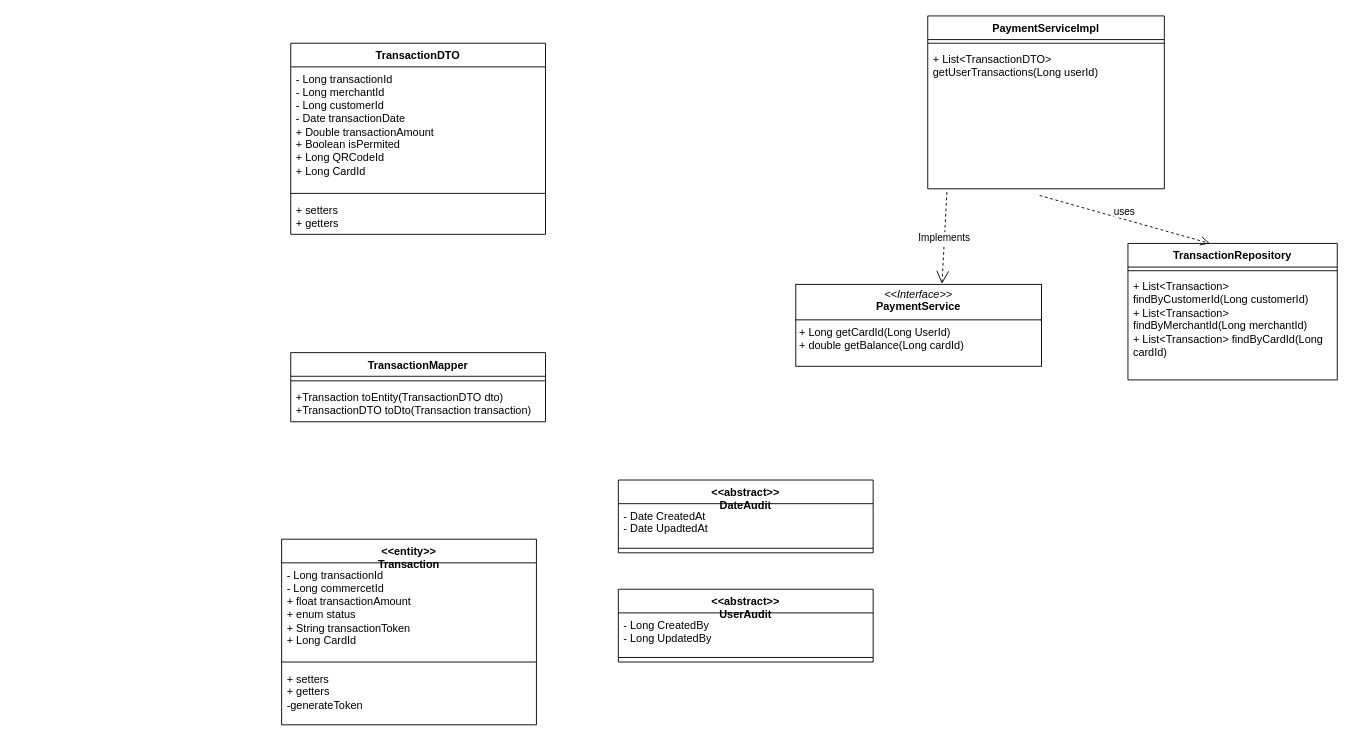
Before: Diagramme_de_classe_payment_service.drawio in msisitr/aventix-design, a draw.io diagram. Source tidied: cells renumbered, new cells numbered last; positions are measured from the earlier drawing's top-left corner, leaving out a move shared by most shapes. Both pictures are drawn from the tidied source at 91%, with x=0, y=0 at pixel (281, 15).
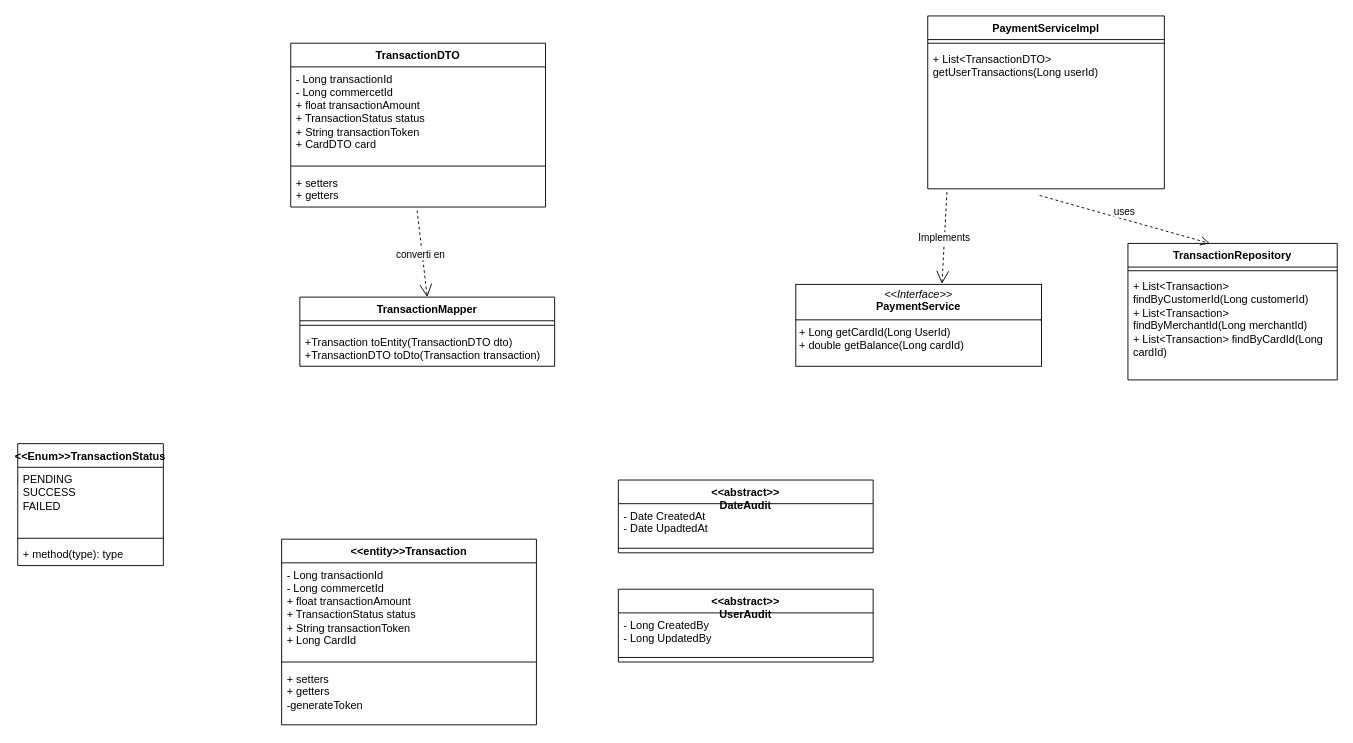
The same page after the edit.

Commit message:
ajoute fleches

What changed in the source:
```diff
@@
-    <mxCell id="11" value="&lt;div&gt;&amp;lt;&amp;lt;entity&amp;gt;&amp;gt;&lt;/div&gt;Transaction" style="swimlane;fontStyle=1;align=center;verticalAlign=top;horizontal=1;startSize=26;whiteSpace=wrap;html=1;" parent="1" vertex="1">
+    <mxCell id="11" value="&lt;div&gt;&amp;lt;&amp;lt;entity&amp;gt;&amp;gt;&lt;span style=&quot;background-color: transparent; color: light-dark(rgb(0, 0, 0), rgb(255, 255, 255));&quot;&gt;Transaction&lt;/span&gt;&lt;/div&gt;" style="swimlane;fontStyle=1;align=center;verticalAlign=top;horizontal=1;startSize=26;whiteSpace=wrap;html=1;" parent="1" vertex="1">
       <mxGeometry y="575" width="280" height="204" as="geometry" />
     </mxCell>
-    <mxCell id="12" value="- Long transactionId&lt;div&gt;- Long commercetId&lt;/div&gt;&lt;div&gt;+ float transactionAmount&amp;nbsp;&lt;/div&gt;&lt;div&gt;+ enum status&lt;/div&gt;&lt;div&gt;+ String transactionToken&lt;/div&gt;&lt;div&gt;+ Long CardId&lt;/div&gt;&lt;div&gt;&lt;br&gt;&lt;/div&gt;&lt;div&gt;&lt;br&gt;&lt;/div&gt;&lt;div&gt;&lt;br&gt;&lt;/div&gt;" style="text;strokeColor=none;fillColor=none;align=left;verticalAlign=top;spacingLeft=4;spacingRight=4;overflow=hidden;whiteSpace=wrap;html=1;" parent="11" vertex="1">
+    <mxCell id="12" value="- Long transactionId&lt;div&gt;- Long commercetId&lt;/div&gt;&lt;div&gt;+ float transactionAmount&amp;nbsp;&lt;/div&gt;&lt;div&gt;+ TransactionStatus status&lt;/div&gt;&lt;div&gt;+ String transactionToken&lt;/div&gt;&lt;div&gt;+ Long CardId&lt;/div&gt;&lt;div&gt;&lt;br&gt;&lt;/div&gt;&lt;div&gt;&lt;br&gt;&lt;/div&gt;&lt;div&gt;&lt;br&gt;&lt;/div&gt;" style="text;strokeColor=none;fillColor=none;align=left;verticalAlign=top;spacingLeft=4;spacingRight=4;overflow=hidden;whiteSpace=wrap;html=1;" parent="11" vertex="1">
       <mxGeometry y="26" width="280" height="104" as="geometry" />
     </mxCell>
@@
     <mxCell id="15" value="TransactionDTO" style="swimlane;fontStyle=1;align=center;verticalAlign=top;horizontal=1;startSize=26;whiteSpace=wrap;html=1;" parent="1" vertex="1">
-      <mxGeometry x="10" y="30" width="280" height="210" as="geometry" />
+      <mxGeometry x="10" y="30" width="280" height="180" as="geometry" />
     </mxCell>
-    <mxCell id="16" value="- Long transactionId&lt;div&gt;- Long merchantId&lt;/div&gt;&lt;div&gt;- Long customerId&lt;/div&gt;&lt;div&gt;- Date transactionDate&lt;/div&gt;&lt;div&gt;+ Double transactionAmount&amp;nbsp;&lt;/div&gt;&lt;div&gt;+ Boolean isPermited&amp;nbsp;&lt;/div&gt;&lt;div&gt;+ Long QRCodeId&lt;/div&gt;&lt;div&gt;+ Long CardId&lt;/div&gt;&lt;div&gt;&lt;br&gt;&lt;/div&gt;&lt;div&gt;&lt;br&gt;&lt;/div&gt;&lt;div&gt;&lt;br&gt;&lt;/div&gt;" style="text;strokeColor=none;fillColor=none;align=left;verticalAlign=top;spacingLeft=4;spacingRight=4;overflow=hidden;whiteSpace=wrap;html=1;" parent="15" vertex="1">
-      <mxGeometry y="26" width="280" height="134" as="geometry" />
+    <mxCell id="16" value="&lt;div&gt;- Long transactionId&lt;div&gt;- Long commercetId&lt;/div&gt;&lt;div&gt;+ float transactionAmount&amp;nbsp;&lt;/div&gt;&lt;div&gt;+ TransactionStatus status&lt;/div&gt;&lt;div&gt;+ String transactionToken&lt;/div&gt;&lt;div&gt;+ CardDTO card&lt;/div&gt;&lt;/div&gt;" style="text;strokeColor=none;fillColor=none;align=left;verticalAlign=top;spacingLeft=4;spacingRight=4;overflow=hidden;whiteSpace=wrap;html=1;" parent="15" vertex="1">
+      <mxGeometry y="26" width="280" height="104" as="geometry" />
     </mxCell>
     <mxCell id="17" style="line;strokeWidth=1;fillColor=none;align=left;verticalAlign=middle;spacingTop=-1;spacingLeft=3;spacingRight=3;labelPosition=right;strokeColor=inherit;" parent="15" vertex="1">
-      <mxGeometry y="160" width="280" height="10" as="geometry" />
+      <mxGeometry y="130" width="280" height="10" as="geometry" />
     </mxCell>
     <mxCell id="18" value="+ setters&amp;nbsp;&lt;div&gt;+ getters&amp;nbsp;&lt;/div&gt;&lt;div&gt;&lt;br&gt;&lt;/div&gt;" style="text;strokeColor=none;fillColor=none;align=left;verticalAlign=top;spacingLeft=4;spacingRight=4;overflow=hidden;points=[[0,0.5],[1,0.5]];portConstraint=eastwest;whiteSpace=wrap;html=1;" parent="15" vertex="1">
-      <mxGeometry y="170" width="280" height="40" as="geometry" />
+      <mxGeometry y="140" width="280" height="40" as="geometry" />
     </mxCell>
     <mxCell id="19" value="&lt;div&gt;TransactionMapper&lt;/div&gt;" style="swimlane;fontStyle=1;align=center;verticalAlign=top;horizontal=1;startSize=26;whiteSpace=wrap;html=1;" parent="1" vertex="1">
-      <mxGeometry x="10" y="370" width="280" height="76" as="geometry" />
+      <mxGeometry x="20" y="309" width="280" height="76" as="geometry" />
     </mxCell>
@@
+    <mxCell id="28" value="&amp;lt;&amp;lt;Enum&amp;gt;&amp;gt;&lt;span style=&quot;background-color: transparent; color: light-dark(rgb(0, 0, 0), rgb(255, 255, 255));&quot;&gt;TransactionStatus&lt;/span&gt;" style="swimlane;fontStyle=1;align=center;verticalAlign=top;horizontal=1;startSize=26;whiteSpace=wrap;html=1;" parent="1" vertex="1">
+      <mxGeometry x="-290" y="470" width="160" height="134" as="geometry" />
+    </mxCell>
+    <mxCell id="29" value="PENDING&lt;div&gt;SUCCESS&lt;/div&gt;&lt;div&gt;FAILED&lt;/div&gt;" style="text;strokeColor=none;fillColor=none;align=left;verticalAlign=top;spacingLeft=4;spacingRight=4;overflow=hidden;whiteSpace=wrap;html=1;" parent="28" vertex="1">
+      <mxGeometry y="26" width="160" height="74" as="geometry" />
+    </mxCell>
+    <mxCell id="30" style="line;strokeWidth=1;fillColor=none;align=left;verticalAlign=middle;spacingTop=-1;spacingLeft=3;spacingRight=3;labelPosition=right;strokeColor=inherit;" parent="28" vertex="1">
+      <mxGeometry y="100" width="160" height="8" as="geometry" />
+    </mxCell>
+    <mxCell id="31" value="+ method(type): type" style="text;strokeColor=none;fillColor=none;align=left;verticalAlign=top;spacingLeft=4;spacingRight=4;overflow=hidden;whiteSpace=wrap;html=1;" parent="28" vertex="1">
+      <mxGeometry y="108" width="160" height="26" as="geometry" />
+    </mxCell>
+    <mxCell id="32" value="converti en&amp;nbsp;" style="endArrow=open;endSize=12;dashed=1;html=1;rounded=0;exitX=0.496;exitY=1.097;exitDx=0;exitDy=0;exitPerimeter=0;entryX=0.5;entryY=0;entryDx=0;entryDy=0;" parent="1" edge="1" source="18" target="19">
+      <mxGeometry relative="1" as="geometry" />
+    </mxCell>
```
